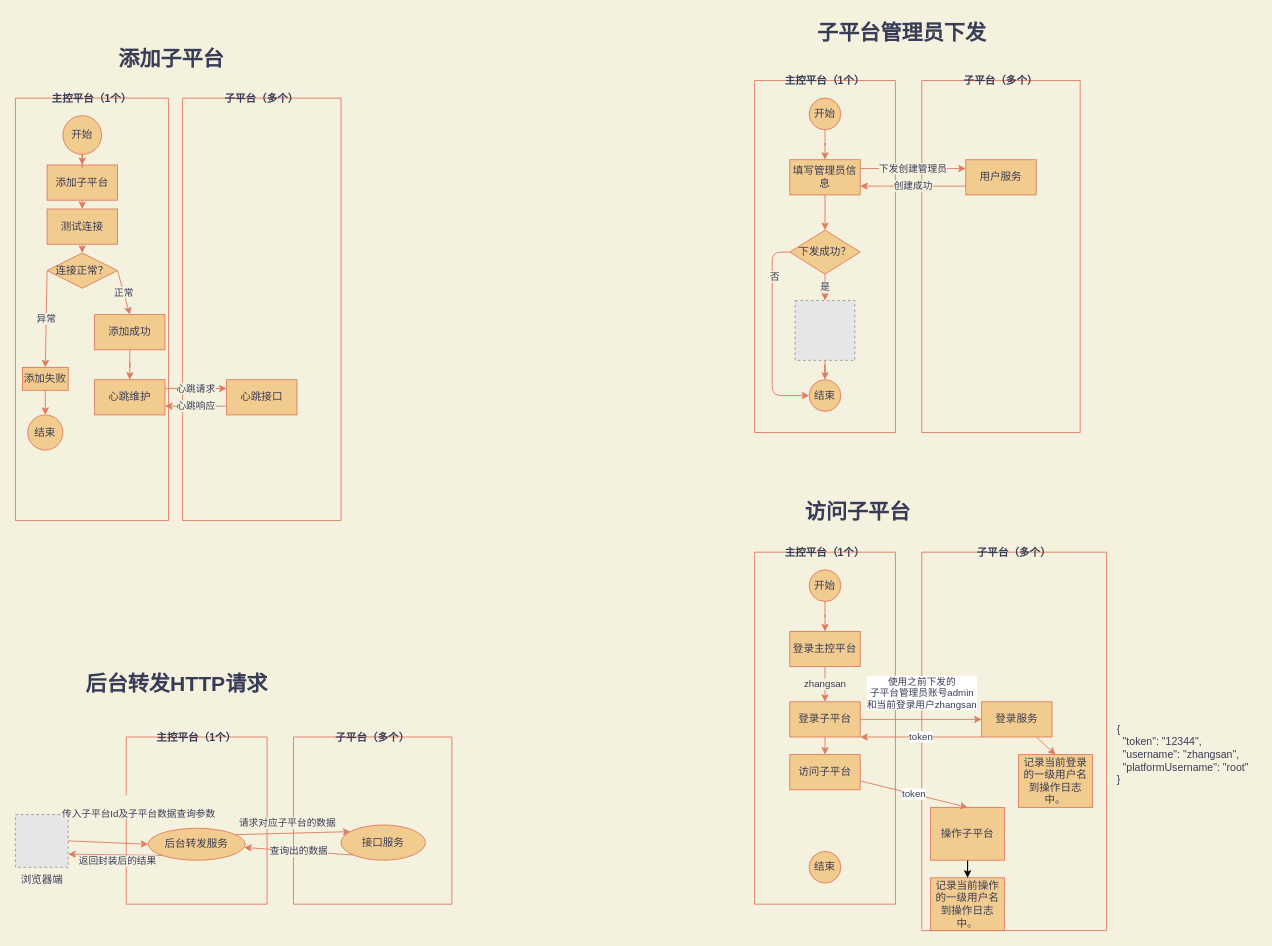
Above: page "通用" (1 of 3) of test.drawio in Jarris3154/drawios (draw.io), before the change. Source tidied: cells renumbered, new cells numbered last; positions are measured from the earlier drawing's top-left corner, leaving out a move shared by most shapes. Both pictures are drawn from the tidied source at 88%, with x=0, y=0 at pixel (15, 15). Pictures stored in the file or linked from it are replaced by grey dashed boxes.
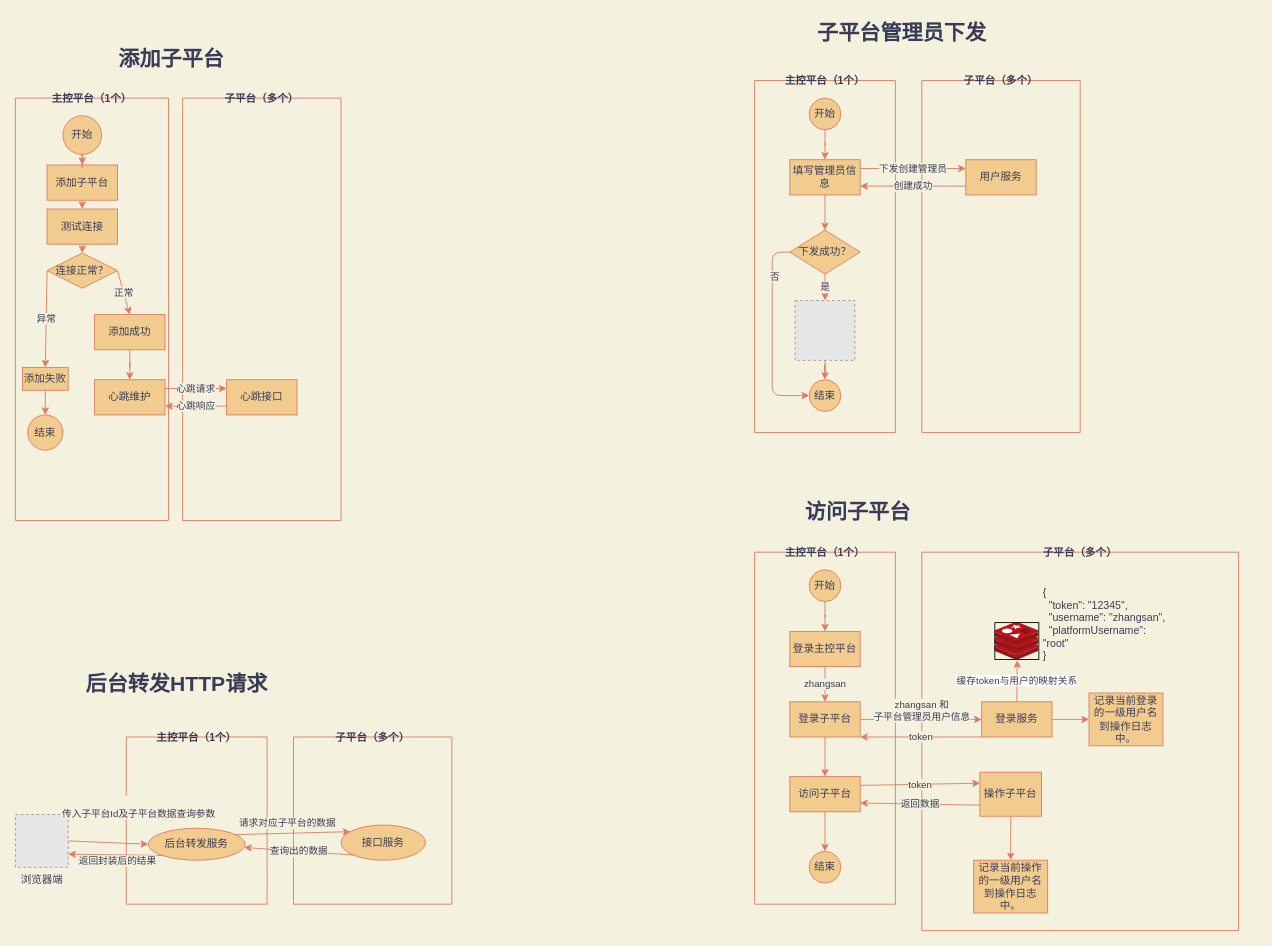
After the change.

Commit message:
更新对子平台的操作

The change refers to these unchanged cells:
```xml
<mxCell id="54" value="登录服务" style="whiteSpace=wrap;html=1;align=center;fillColor=#F2CC8F;strokeColor=#E07A5F;fontColor=#393C56;" parent="52" vertex="1">
  <mxGeometry x="68" y="170" width="80" height="40" as="geometry" />
</mxCell>
<mxCell id="59" value="主控平台（1个）" style="swimlane;startSize=0;fillColor=#F2CC8F;strokeColor=#E07A5F;fontColor=#393C56;" parent="1" vertex="1">
  <mxGeometry x="840" y="610" width="160" height="400" as="geometry" />
</mxCell>
<mxCell id="64" value="登录子平台" style="whiteSpace=wrap;html=1;align=center;fillColor=#F2CC8F;strokeColor=#E07A5F;fontColor=#393C56;" parent="59" vertex="1">
  <mxGeometry x="40" y="170" width="80" height="40" as="geometry" />
</mxCell>
<mxCell id="67" value="结束" style="ellipse;whiteSpace=wrap;html=1;align=center;fillColor=#F2CC8F;strokeColor=#E07A5F;fontColor=#393C56;" parent="1" vertex="1">
  <mxGeometry x="902" y="950" width="36" height="36" as="geometry" />
</mxCell>
```

Diff of the diagram source:
```diff
@@
     <mxCell id="52" value="子平台（多个）" style="swimlane;startSize=0;swimlaneLine=1;fillColor=#F2CC8F;strokeColor=#E07A5F;fontColor=#393C56;" parent="1" vertex="1">
-      <mxGeometry x="1030" y="610" width="210" height="430" as="geometry" />
+      <mxGeometry x="1030" y="610" width="360" height="430" as="geometry" />
     </mxCell>
-    <mxCell id="53" style="edgeStyle=none;rounded=1;sketch=0;jettySize=auto;html=1;fontColor=#393C56;strokeColor=#E07A5F;fillColor=#F2CC8F;entryX=0.5;entryY=0;entryDx=0;entryDy=0;" parent="52" edge="1" source="54" target="55">
+    <mxCell id="53" style="rounded=1;sketch=0;jettySize=auto;html=1;fontColor=#393C56;strokeColor=#E07A5F;fillColor=#F2CC8F;entryX=0;entryY=0.5;entryDx=0;entryDy=0;exitX=1;exitY=0.5;exitDx=0;exitDy=0;labelBackgroundColor=#F4F1DE;" parent="52" edge="1" source="54" target="55">
       <mxGeometry relative="1" as="geometry" />
     </mxCell>
@@
     <mxCell id="55" value="记录当前登录的一级用户名到操作日志中。" style="whiteSpace=wrap;html=1;align=center;fillColor=#F2CC8F;strokeColor=#E07A5F;fontColor=#393C56;" parent="52" vertex="1">
-      <mxGeometry x="110" y="230" width="84" height="60" as="geometry" />
+      <mxGeometry x="190" y="160" width="84" height="60" as="geometry" />
     </mxCell>
-    <mxCell id="56" style="edgeStyle=orthogonalEdgeStyle;rounded=0;jettySize=auto;html=1;entryX=0.5;entryY=0;entryDx=0;entryDy=0;" parent="52" edge="1" source="57" target="58">
+    <mxCell id="56" style="edgeStyle=orthogonalEdgeStyle;rounded=0;jettySize=auto;html=1;entryX=0.5;entryY=0;entryDx=0;entryDy=0;strokeColor=#E07A5F;fontColor=#393C56;labelBackgroundColor=#F4F1DE;" parent="52" edge="1" source="57" target="58">
       <mxGeometry relative="1" as="geometry" />
     </mxCell>
+    <mxCell id="73" value="缓存token与用户的映射关系" style="rounded=1;sketch=0;jettySize=auto;html=1;entryX=0.51;entryY=1.02;entryDx=0;entryDy=0;entryPerimeter=0;fontColor=#393C56;strokeColor=#E07A5F;fillColor=#F2CC8F;exitX=0.5;exitY=0;exitDx=0;exitDy=0;" parent="52" edge="1" source="54" target="74">
+      <mxGeometry relative="1" as="geometry" />
+    </mxCell>
     <mxCell id="57" value="操作子平台" style="whiteSpace=wrap;html=1;align=center;fillColor=#F2CC8F;strokeColor=#E07A5F;fontColor=#393C56;" parent="52" vertex="1">
-      <mxGeometry x="10" y="290" width="84" height="60" as="geometry" />
+      <mxGeometry x="66" y="250" width="70" height="50" as="geometry" />
     </mxCell>
     <mxCell id="58" value="记录当前操作的一级用户名到操作日志中。" style="whiteSpace=wrap;html=1;align=center;fillColor=#F2CC8F;strokeColor=#E07A5F;fontColor=#393C56;" parent="52" vertex="1">
-      <mxGeometry x="10" y="370" width="84" height="60" as="geometry" />
+      <mxGeometry x="59" y="350" width="84" height="60" as="geometry" />
     </mxCell>
+    <mxCell id="72" value="&lt;div&gt;{&lt;/div&gt;&lt;div&gt;&amp;nbsp; &quot;token&quot;: &quot;12345&quot;,&lt;/div&gt;&lt;div&gt;&amp;nbsp; &quot;username&quot;: &quot;zhangsan&quot;,&lt;/div&gt;&lt;div&gt;&amp;nbsp; &quot;platformUsername&quot;: &quot;root&quot;&lt;/div&gt;&lt;div&gt;}&lt;br&gt;&lt;/div&gt;" style="text;html=1;strokeColor=none;fillColor=none;align=left;verticalAlign=middle;whiteSpace=wrap;rounded=0;sketch=0;fontColor=#393C56;fontStyle=0;" parent="52" vertex="1">
+      <mxGeometry x="136" y="42" width="150" height="80" as="geometry" />
+    </mxCell>
+    <mxCell id="74" style="html=1;points=[];align=center;image;fontSize=12;image=img/lib/mscae/Cache_Redis_Product.svg;rounded=0;sketch=0;fontColor=#393C56;strokeColor=#E07A5F;fillColor=#F2CC8F;imageBorder=#000000;" parent="52" vertex="1">
+      <mxGeometry x="83" y="80" width="50" height="42" as="geometry" />
+    </mxCell>
@@
     <mxCell id="65" value="访问子平台" style="whiteSpace=wrap;html=1;align=center;fillColor=#F2CC8F;strokeColor=#E07A5F;fontColor=#393C56;" parent="59" vertex="1">
-      <mxGeometry x="40" y="230" width="80" height="40" as="geometry" />
+      <mxGeometry x="40" y="255" width="80" height="40" as="geometry" />
     </mxCell>
-    <mxCell id="66" style="edgeStyle=none;rounded=1;sketch=0;jettySize=auto;html=1;entryX=0.5;entryY=0;entryDx=0;entryDy=0;fontColor=#393C56;strokeColor=#E07A5F;fillColor=#F2CC8F;" parent="59" edge="1" source="64" target="65">
+    <mxCell id="66" style="edgeStyle=none;rounded=1;sketch=0;jettySize=auto;html=1;entryX=0.5;entryY=0;entryDx=0;entryDy=0;fontColor=#393C56;strokeColor=#E07A5F;fillColor=#F2CC8F;labelBackgroundColor=#F4F1DE;" parent="59" edge="1" source="64" target="65">
       <mxGeometry relative="1" as="geometry" />
     </mxCell>
@@
-    <mxCell id="69" value="&lt;div&gt;使用之前下发的&lt;/div&gt;&lt;div&gt;子平台管理员账号admin&lt;/div&gt;&lt;div&gt;和当前登录用户zhangsan&lt;br&gt;&lt;/div&gt;" style="edgeStyle=orthogonalEdgeStyle;curved=0;rounded=1;sketch=0;jettySize=auto;html=1;fontColor=#393C56;strokeColor=#E07A5F;fillColor=#F2CC8F;entryX=0;entryY=0.5;entryDx=0;entryDy=0;" parent="1" edge="1" source="64" target="54">
-      <mxGeometry x="0.01" y="30" relative="1" as="geometry" />
+    <mxCell id="69" value="&lt;div&gt;zhangsan 和&lt;/div&gt;&lt;div&gt;子平台管理员用户信息&lt;/div&gt;" style="edgeStyle=orthogonalEdgeStyle;curved=0;rounded=1;sketch=0;jettySize=auto;html=1;fontColor=#393C56;strokeColor=#E07A5F;fillColor=#F2CC8F;entryX=0;entryY=0.5;entryDx=0;entryDy=0;labelBackgroundColor=#F4F1DE;" parent="1" edge="1" source="64" target="54">
+      <mxGeometry x="0.01" y="10" relative="1" as="geometry" />
     </mxCell>
-    <mxCell id="70" value="token" style="rounded=1;sketch=0;jettySize=auto;html=1;fontColor=#393C56;strokeColor=#E07A5F;fillColor=#F2CC8F;exitX=0;exitY=1;exitDx=0;exitDy=0;entryX=1;entryY=1;entryDx=0;entryDy=0;" parent="1" edge="1" source="54" target="64">
+    <mxCell id="70" value="token" style="rounded=1;sketch=0;jettySize=auto;html=1;fontColor=#393C56;strokeColor=#E07A5F;fillColor=#F2CC8F;exitX=0;exitY=1;exitDx=0;exitDy=0;entryX=1;entryY=1;entryDx=0;entryDy=0;labelBackgroundColor=#F4F1DE;" parent="1" edge="1" source="54" target="64">
       <mxGeometry relative="1" as="geometry" />
     </mxCell>
-    <mxCell id="71" value="token" style="edgeStyle=none;rounded=1;sketch=0;jettySize=auto;html=1;entryX=0.5;entryY=0;entryDx=0;entryDy=0;fontColor=#393C56;strokeColor=#E07A5F;fillColor=#F2CC8F;" parent="1" edge="1" source="65" target="57">
+    <mxCell id="71" value="token" style="edgeStyle=none;rounded=1;sketch=0;jettySize=auto;html=1;fontColor=#393C56;strokeColor=#E07A5F;fillColor=#F2CC8F;entryX=0;entryY=0.25;entryDx=0;entryDy=0;exitX=1;exitY=0.25;exitDx=0;exitDy=0;labelBackgroundColor=#F4F1DE;" parent="1" edge="1" source="65" target="57">
       <mxGeometry relative="1" as="geometry" />
     </mxCell>
-    <mxCell id="72" value="&lt;div&gt;{&lt;/div&gt;&lt;div&gt;&amp;nbsp; &quot;token&quot;: &quot;12344&quot;,&lt;/div&gt;&lt;div&gt;&amp;nbsp; &quot;username&quot;: &quot;zhangsan&quot;,&lt;/div&gt;&lt;div&gt;&amp;nbsp; &quot;platformUsername&quot;: &quot;root&quot;&lt;br&gt;&lt;/div&gt;&lt;div&gt;}&lt;br&gt;&lt;/div&gt;" style="text;html=1;strokeColor=none;fillColor=none;align=left;verticalAlign=middle;whiteSpace=wrap;rounded=0;sketch=0;fontColor=#393C56;" parent="1" vertex="1">
-      <mxGeometry x="1250" y="800" width="160" height="80" as="geometry" />
-    </mxCell>
+    <mxCell id="75" style="edgeStyle=orthogonalEdgeStyle;curved=0;rounded=1;sketch=0;jettySize=auto;html=1;entryX=0.5;entryY=0;entryDx=0;entryDy=0;fontColor=#393C56;strokeColor=#E07A5F;fillColor=#F2CC8F;labelBackgroundColor=#F4F1DE;" parent="1" edge="1" source="65" target="67">
+      <mxGeometry relative="1" as="geometry" />
+    </mxCell>
+    <mxCell id="76" value="返回数据" style="rounded=1;sketch=0;jettySize=auto;html=1;exitX=0;exitY=0.75;exitDx=0;exitDy=0;fontColor=#393C56;strokeColor=#E07A5F;fillColor=#F2CC8F;entryX=1;entryY=0.75;entryDx=0;entryDy=0;labelBackgroundColor=#F4F1DE;" parent="1" edge="1" source="57" target="65">
+      <mxGeometry relative="1" as="geometry" />
+    </mxCell>
```
